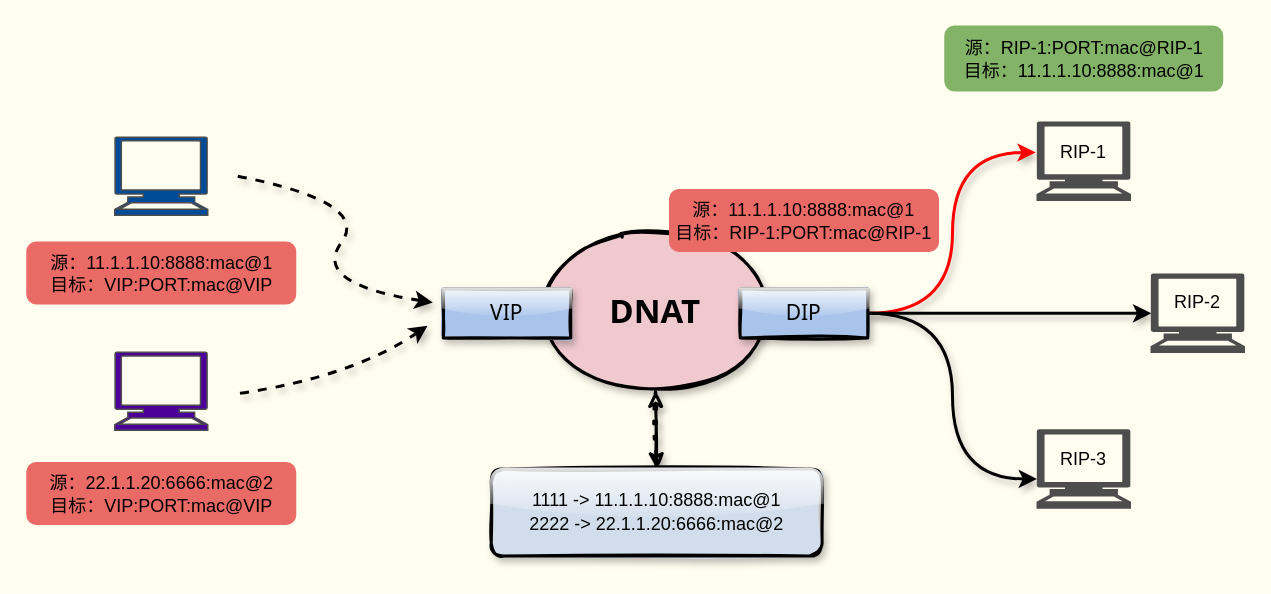
boxtsecond/draw keeps this draw.io diagram as pictures/负载均衡/dnat.drawio. Above is the earlier version. Source tidied: cells renumbered, new cells numbered last; positions are measured from the earlier drawing's top-left corner, leaving out a move shared by most shapes. Both pictures are drawn from the tidied source at 150%, with x=0, y=0 at pixel (27, 26).
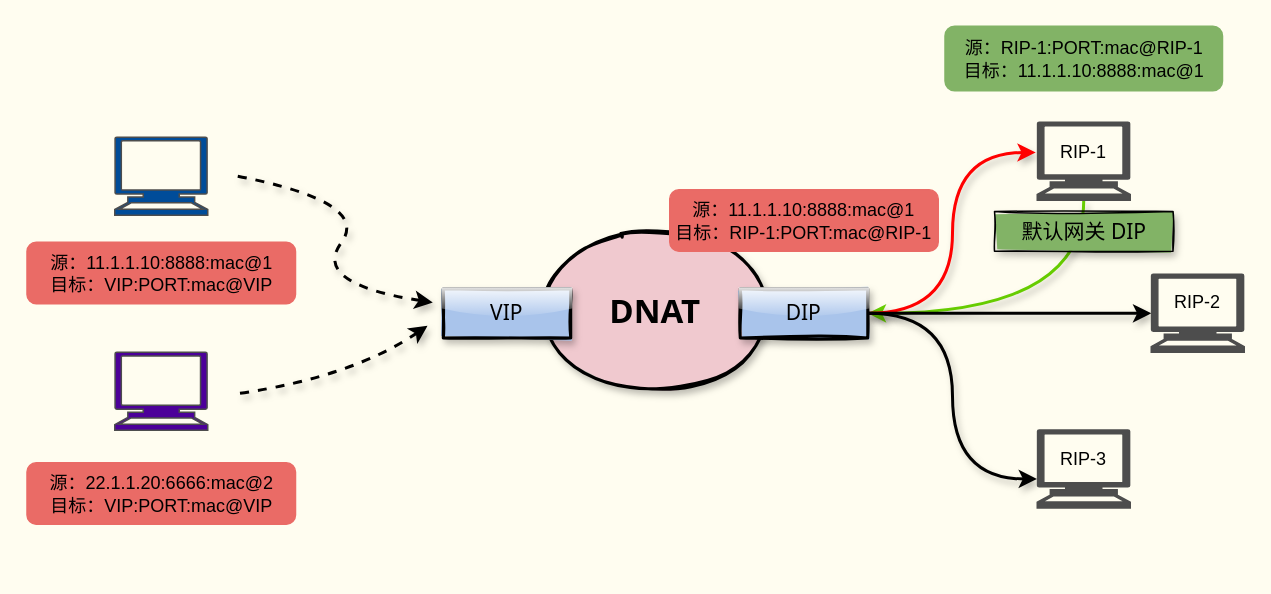
The same page after the edit.

The change refers to these unchanged cells:
```xml
<mxCell id="7" value="&lt;b&gt;&lt;font style=&quot;font-size: 22px&quot;&gt;DNAT&lt;/font&gt;&lt;/b&gt;" style="ellipse;whiteSpace=wrap;html=1;shadow=1;glass=1;sketch=1;strokeWidth=2;fontFamily=Tahoma;fontSize=14;fillStyle=solid;fillColor=#f0c9cf;" parent="1" vertex="1">
  <mxGeometry x="340" y="135.2" width="157" height="108" as="geometry" />
</mxCell>
<mxCell id="12" value="DIP" style="rounded=0;whiteSpace=wrap;html=1;shadow=1;glass=1;sketch=1;strokeColor=#000000;strokeWidth=2;fontFamily=Tahoma;fontSize=14;fillStyle=solid;fillColor=#A9C4EB;" parent="1" vertex="1">
  <mxGeometry x="475" y="175" width="85" height="32.8" as="geometry" />
</mxCell>
<mxCell id="16" style="shape=mxgraph.signs.tech.computer;html=1;verticalLabelPosition=bottom;verticalAlign=top;align=center;labelBackgroundColor=none;fontColor=#ffffff;fillColor=#4D4D4D;strokeColor=#4D4D4D;" parent="1" vertex="1">
  <mxGeometry x="673" y="64" width="62" height="52" as="geometry" />
</mxCell>
```

The edit, as a diff of the source:
```diff
@@
+    <mxCell id="28" style="edgeStyle=orthogonalEdgeStyle;jettySize=auto;html=1;exitX=0.5;exitY=1;exitDx=0;exitDy=0;exitPerimeter=0;entryX=1;entryY=0.5;entryDx=0;entryDy=0;strokeWidth=2;curved=1;shadow=1;sketch=0;strokeColor=#66CC00;" parent="1" edge="1" source="16" target="12">
+      <mxGeometry relative="1" as="geometry" />
+    </mxCell>
@@
-    <mxCell id="6" style="edgeStyle=orthogonalEdgeStyle;curved=1;sketch=1;jettySize=auto;html=1;shadow=1;dashed=1;dashPattern=1 4;strokeWidth=2;fontFamily=Tahoma;fontSize=14;" parent="1" edge="1" source="7" target="15">
-      <mxGeometry relative="1" as="geometry" />
-    </mxCell>
@@
-    <mxCell id="14" style="sketch=1;jettySize=auto;html=1;shadow=1;strokeWidth=2;fontFamily=Tahoma;fontSize=14;" parent="1" edge="1" source="15" target="7">
-      <mxGeometry relative="1" as="geometry" />
-    </mxCell>
-    <mxCell id="15" value="&lt;div style=&quot;font-family: &amp;#34;helvetica&amp;#34; ; font-size: 12px&quot;&gt;1111 -&amp;gt; 11.1.1.10:8888:mac@1&lt;/div&gt;&lt;span style=&quot;font-family: &amp;#34;helvetica&amp;#34; ; font-size: 12px&quot;&gt;2222 -&amp;gt; 22.1.1.20:6666:mac@2&lt;/span&gt;" style="whiteSpace=wrap;html=1;shadow=1;fontFamily=Tahoma;fontSize=14;strokeWidth=2;glass=1;sketch=1;fillStyle=solid;rounded=1;fillColor=#D1DDEB;" parent="1" vertex="1">
-      <mxGeometry x="309" y="295.2" width="220.6" height="58" as="geometry" />
-    </mxCell>
@@
+    <mxCell id="29" value="默认网关 DIP" style="rounded=0;whiteSpace=wrap;html=1;shadow=1;glass=0;sketch=1;strokeColor=#000000;strokeWidth=1;fontFamily=Tahoma;fontSize=14;fillStyle=solid;fillColor=#82B366;" parent="1" vertex="1">
+      <mxGeometry x="644.5" y="123.5" width="119" height="26.5" as="geometry" />
+    </mxCell>
```
